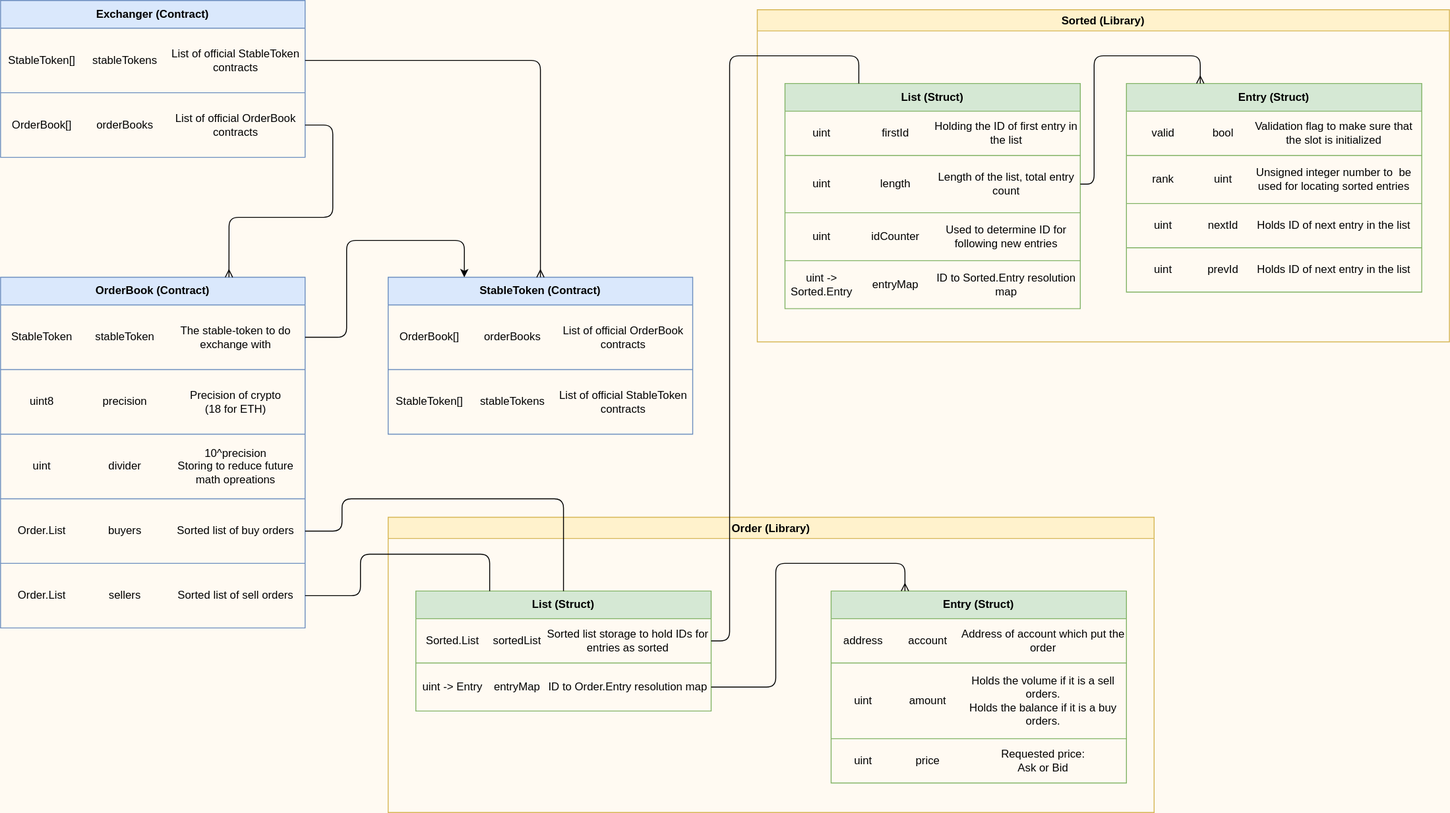
The draw.io diagram docs/structure.drawio.svg in muhammetaliakbay/simple-exchanger, before a commit. Source tidied: cells renumbered, new cells last; positions are measured from the earlier drawing's top-left corner, leaving out a move shared by most shapes.
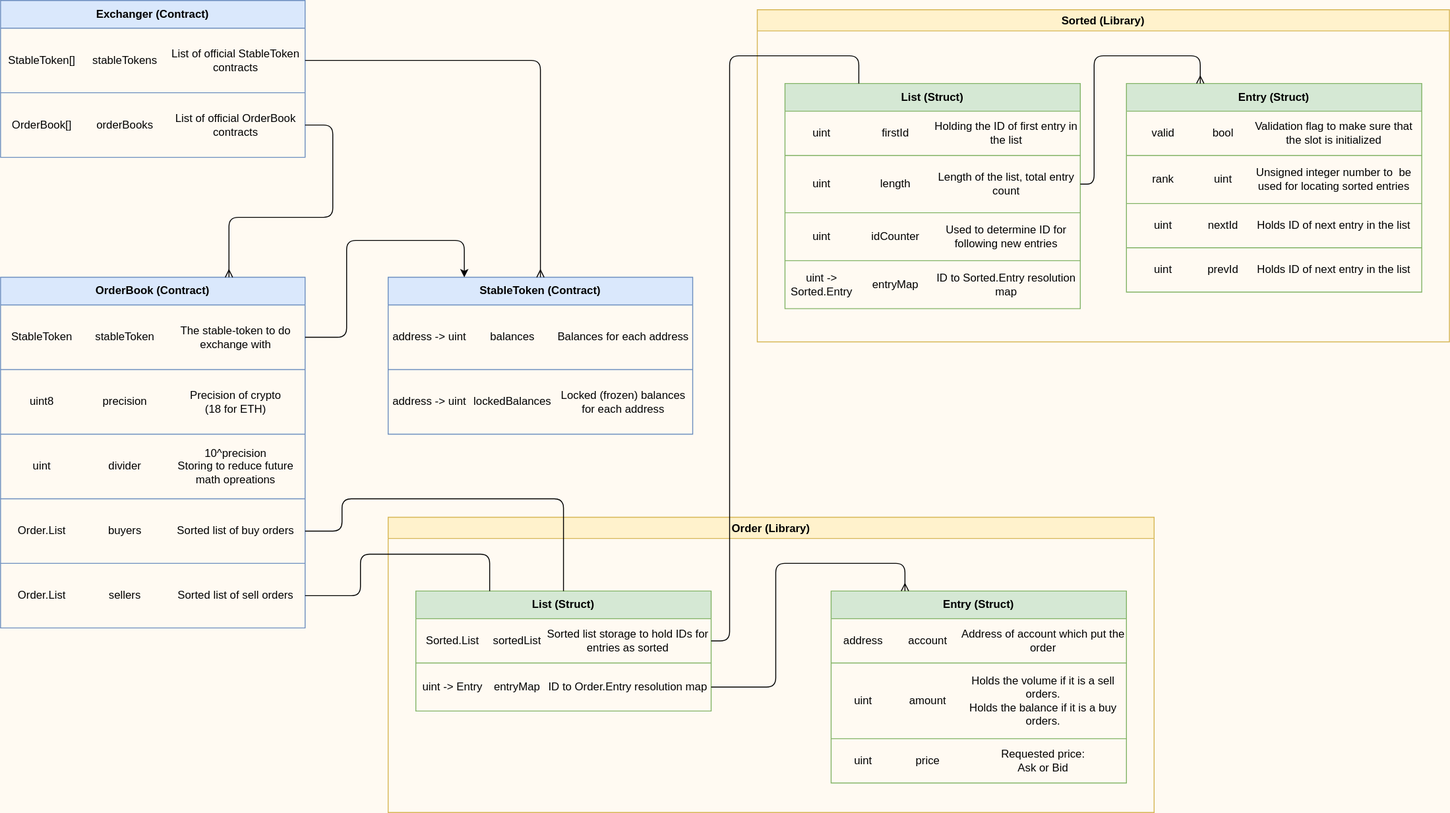
The same file after the commit.

Commit message:
Updated StableToken part of the structure diagram.

What changed in the source:
```diff
@@ -98,25 +98,25 @@
     <mxCell id="33" style="shape=partialRectangle;html=1;whiteSpace=wrap;fillColor=none;top=0;left=0;bottom=0;right=0;" parent="32" vertex="1">
       <mxGeometry y="30" width="330" height="70" as="geometry" />
     </mxCell>
-    <mxCell id="34" value="OrderBook[]" style="shape=partialRectangle;html=1;whiteSpace=wrap;fillColor=none;top=0;left=0;bottom=0;right=0;overflow=hidden;" parent="33" vertex="1">
+    <mxCell id="34" value="address -&amp;gt; uint" style="shape=partialRectangle;html=1;whiteSpace=wrap;fillColor=none;top=0;left=0;bottom=0;right=0;overflow=hidden;" parent="33" vertex="1">
       <mxGeometry width="90" height="70" as="geometry" />
     </mxCell>
-    <mxCell id="35" value="orderBooks" style="shape=partialRectangle;html=1;whiteSpace=wrap;fillColor=none;top=0;left=0;bottom=0;right=0;overflow=hidden;" parent="33" vertex="1">
+    <mxCell id="35" value="balances" style="shape=partialRectangle;html=1;whiteSpace=wrap;fillColor=none;top=0;left=0;bottom=0;right=0;overflow=hidden;" parent="33" vertex="1">
       <mxGeometry x="90" width="90" height="70" as="geometry" />
     </mxCell>
-    <mxCell id="36" value="List of official OrderBook contracts" style="shape=partialRectangle;html=1;whiteSpace=wrap;fillColor=none;top=0;left=0;bottom=0;right=0;overflow=hidden;" parent="33" vertex="1">
+    <mxCell id="36" value="Balances for each address" style="shape=partialRectangle;html=1;whiteSpace=wrap;fillColor=none;top=0;left=0;bottom=0;right=0;overflow=hidden;" parent="33" vertex="1">
       <mxGeometry x="180" width="150" height="70" as="geometry" />
     </mxCell>
     <mxCell id="37" style="shape=partialRectangle;html=1;whiteSpace=wrap;fillColor=none;top=0;left=0;bottom=0;right=0;" parent="32" vertex="1">
       <mxGeometry y="100" width="330" height="70" as="geometry" />
     </mxCell>
-    <mxCell id="38" value="StableToken[]" style="shape=partialRectangle;html=1;whiteSpace=wrap;fillColor=none;top=0;left=0;bottom=0;right=0;overflow=hidden;" parent="37" vertex="1">
+    <mxCell id="38" value="address -&amp;gt; uint" style="shape=partialRectangle;html=1;whiteSpace=wrap;fillColor=none;top=0;left=0;bottom=0;right=0;overflow=hidden;" parent="37" vertex="1">
       <mxGeometry width="90" height="70" as="geometry" />
     </mxCell>
-    <mxCell id="39" value="stableTokens" style="shape=partialRectangle;html=1;whiteSpace=wrap;fillColor=none;top=0;left=0;bottom=0;right=0;overflow=hidden;" parent="37" vertex="1">
+    <mxCell id="39" value="lockedBalances" style="shape=partialRectangle;html=1;whiteSpace=wrap;fillColor=none;top=0;left=0;bottom=0;right=0;overflow=hidden;" parent="37" vertex="1">
       <mxGeometry x="90" width="90" height="70" as="geometry" />
     </mxCell>
-    <mxCell id="40" value="List of official StableToken contracts" style="shape=partialRectangle;html=1;whiteSpace=wrap;fillColor=none;top=0;left=0;bottom=0;right=0;overflow=hidden;" parent="37" vertex="1">
+    <mxCell id="40" value="Locked (frozen) balances for each address" style="shape=partialRectangle;html=1;whiteSpace=wrap;fillColor=none;top=0;left=0;bottom=0;right=0;overflow=hidden;" parent="37" vertex="1">
       <mxGeometry x="180" width="150" height="70" as="geometry" />
     </mxCell>
     <mxCell id="41" style="endArrow=classic;html=1;exitX=1;exitY=0.5;exitDx=0;exitDy=0;entryX=0.25;entryY=0;entryDx=0;entryDy=0;edgeStyle=orthogonalEdgeStyle;" parent="1" edge="1" source="12" target="32">
```
